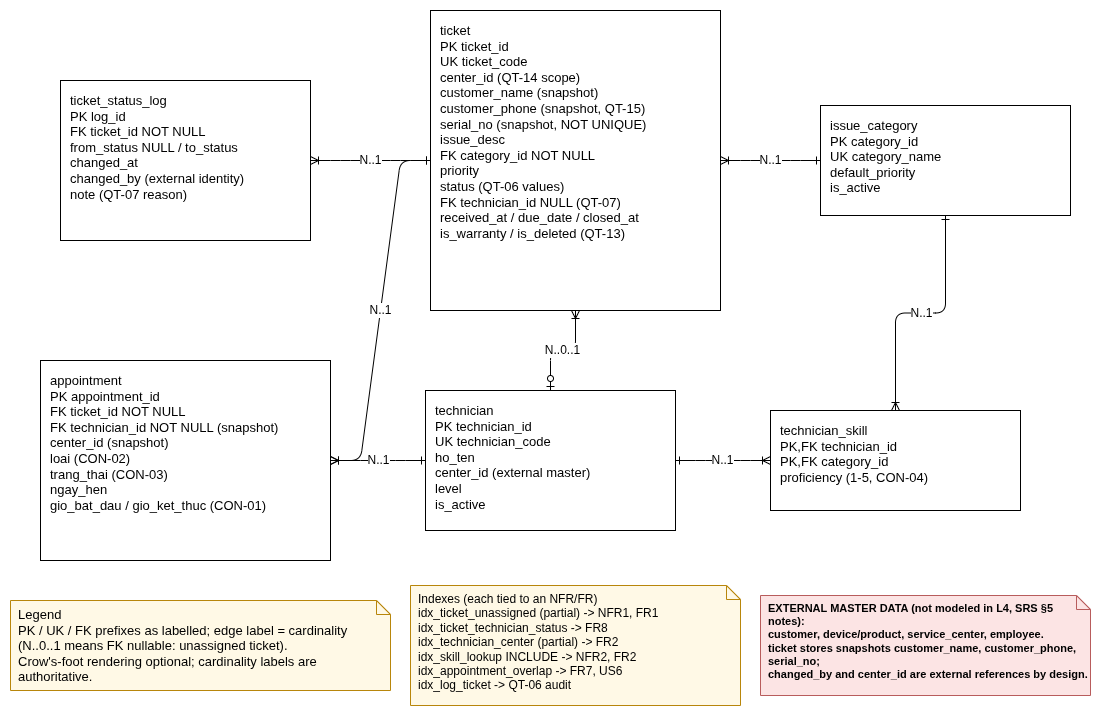
Earlier version of the draw.io export docs/exports/Entity_Relationship_Diagram_EN.png (RASPHONE/cdtn1-rasphonesamphanthamith-l4). Source tidied: cells renumbered, new cells last; positions are measured from the earlier drawing's top-left corner, leaving out a move shared by most shapes. Source of this version:
```xml
<mxGraphModel>
  <root>
    <mxCell id="0" />
    <mxCell id="1" parent="0" />
    <mxCell id="2" value="issue_category&#10;PK category_id&#10;UK category_name&#10;default_priority&#10;is_active" style="rounded=0;whiteSpace=wrap;html=1;align=left;spacingLeft=8;fontSize=13;verticalAlign=top;spacingTop=6;" parent="1" vertex="1">
      <mxGeometry x="810" y="95" width="250" height="110" as="geometry" />
    </mxCell>
    <mxCell id="3" value="technician&#10;PK technician_id&#10;UK technician_code&#10;ho_ten&#10;center_id (external master)&#10;level&#10;is_active" style="rounded=0;whiteSpace=wrap;html=1;align=left;spacingLeft=8;fontSize=11;verticalAlign=top;spacingTop=6;" parent="1" vertex="1">
      <mxGeometry x="415" y="380" width="250" height="140" as="geometry" />
    </mxCell>
    <mxCell id="4" value="technician_skill&#10;PK,FK technician_id&#10;PK,FK category_id&#10;proficiency (1-5, CON-04)" style="rounded=0;whiteSpace=wrap;html=1;align=left;spacingLeft=8;fontSize=13;verticalAlign=top;spacingTop=6;" parent="1" vertex="1">
      <mxGeometry x="760" y="400" width="250" height="100" as="geometry" />
    </mxCell>
    <mxCell id="5" value="ticket&#10;PK ticket_id&#10;UK ticket_code&#10;center_id (QT-14 scope)&#10;customer_name (snapshot)&#10;customer_phone (snapshot, QT-15)&#10;serial_no (snapshot, NOT UNIQUE)&#10;issue_desc&#10;FK category_id NOT NULL&#10;priority&#10;status (QT-06 values)&#10;FK technician_id NULL (QT-07)&#10;received_at / due_date / closed_at&#10;is_warranty / is_deleted (QT-13)" style="rounded=0;whiteSpace=wrap;html=1;align=left;spacingLeft=8;fontSize=11;verticalAlign=top;spacingTop=6;" parent="1" vertex="1">
      <mxGeometry x="420" width="290" height="300" as="geometry" />
    </mxCell>
    <mxCell id="6" value="appointment&#10;PK appointment_id&#10;FK ticket_id NOT NULL&#10;FK technician_id NOT NULL (snapshot)&#10;center_id (snapshot)&#10;loai (CON-02)&#10;trang_thai (CON-03)&#10;ngay_hen&#10;gio_bat_dau / gio_ket_thuc (CON-01)" style="rounded=0;whiteSpace=wrap;html=1;align=left;spacingLeft=8;fontSize=11;verticalAlign=top;spacingTop=6;" parent="1" vertex="1">
      <mxGeometry x="30" y="350" width="290" height="200" as="geometry" />
    </mxCell>
    <mxCell id="7" value="ticket_status_log&#10;PK log_id&#10;FK ticket_id NOT NULL&#10;from_status NULL / to_status&#10;changed_at&#10;changed_by (external identity)&#10;note (QT-07 reason)" style="rounded=0;whiteSpace=wrap;html=1;align=left;spacingLeft=8;fontSize=11;verticalAlign=top;spacingTop=6;" parent="1" vertex="1">
      <mxGeometry x="50" y="70" width="250" height="160" as="geometry" />
    </mxCell>
    <mxCell id="8" value="N..1" style="endArrow=ERone;html=1;fontSize=12;edgeStyle=entityRelationEdgeStyle;startArrow=ERoneToMany;startFill=1;endFill=0;" parent="1" edge="1" source="4" target="3">
      <mxGeometry relative="1" as="geometry" />
    </mxCell>
    <mxCell id="9" value="N..1" style="endArrow=ERone;html=1;fontSize=12;startArrow=ERoneToMany;startFill=1;endFill=0;edgeStyle=orthogonalEdgeStyle;" parent="1" edge="1" source="4" target="2">
      <mxGeometry relative="1" as="geometry" />
    </mxCell>
    <mxCell id="10" value="N..1" style="endArrow=ERone;html=1;fontSize=12;edgeStyle=entityRelationEdgeStyle;startArrow=ERoneToMany;startFill=1;endFill=0;" parent="1" edge="1" source="5" target="2">
      <mxGeometry relative="1" as="geometry" />
    </mxCell>
    <mxCell id="11" value="N..0..1" style="endArrow=ERzeroToOne;html=1;fontSize=12;startArrow=ERoneToMany;startFill=0;endFill=0;edgeStyle=orthogonalEdgeStyle;" parent="1" edge="1" source="5" target="3">
      <mxGeometry x="0.01" relative="1" as="geometry" />
    </mxCell>
    <mxCell id="12" value="N..1" style="endArrow=ERone;html=1;fontSize=12;edgeStyle=entityRelationEdgeStyle;startArrow=ERoneToMany;startFill=1;endFill=0;" parent="1" edge="1" source="6" target="5">
      <mxGeometry relative="1" as="geometry" />
    </mxCell>
    <mxCell id="13" value="N..1" style="endArrow=ERone;html=1;fontSize=12;edgeStyle=entityRelationEdgeStyle;startArrow=ERoneToMany;startFill=1;endFill=0;" parent="1" edge="1" source="6" target="3">
      <mxGeometry relative="1" as="geometry" />
    </mxCell>
    <mxCell id="14" value="N..1" style="endArrow=ERone;html=1;fontSize=12;edgeStyle=entityRelationEdgeStyle;startArrow=ERoneToMany;startFill=0;endFill=0;" parent="1" edge="1" source="7" target="5">
      <mxGeometry relative="1" as="geometry" />
    </mxCell>
    <mxCell id="15" value="Legend&lt;br&gt;PK / UK / FK prefixes as labelled; edge label = cardinality&lt;br&gt;(N..0..1 means FK nullable: unassigned ticket).&lt;br&gt;Crow's-foot rendering optional; cardinality labels are authoritative." style="shape=note;whiteSpace=wrap;html=1;size=14;align=left;verticalAlign=top;spacingLeft=6;fontSize=13;fillColor=#FFF9E6;strokeColor=#B8860B;" parent="1" vertex="1">
      <mxGeometry y="590" width="380" height="90" as="geometry" />
    </mxCell>
    <mxCell id="16" value="Indexes (each tied to an NFR/FR)&#10;idx_ticket_unassigned (partial) -&amp;gt; NFR1, FR1&#10;idx_ticket_technician_status -&amp;gt; FR8&#10;idx_technician_center (partial) -&amp;gt; FR2&#10;idx_skill_lookup INCLUDE -&amp;gt; NFR2, FR2&#10;idx_appointment_overlap -&amp;gt; FR7, US6&#10;idx_log_ticket -&amp;gt; QT-06 audit" style="shape=note;whiteSpace=wrap;html=1;size=14;align=left;verticalAlign=top;spacingLeft=6;fontSize=12;fillColor=#FFF9E6;strokeColor=#B8860B;" parent="1" vertex="1">
      <mxGeometry x="400" y="575" width="330" height="120" as="geometry" />
    </mxCell>
    <mxCell id="17" value="EXTERNAL MASTER DATA (not modeled in L4, SRS §5 notes):&#10;customer, device/product, service_center, employee.&#10;ticket stores snapshots customer_name, customer_phone, serial_no;&#10;changed_by and center_id are external references by design." style="shape=note;whiteSpace=wrap;html=1;size=14;align=left;verticalAlign=top;spacingLeft=6;fontSize=11;fontStyle=1;fillColor=#FCE4E4;strokeColor=#B85C5C;" parent="1" vertex="1">
      <mxGeometry x="750" y="585" width="330" height="100" as="geometry" />
    </mxCell>
    <mxCell id="18" value="ticket_status_log&#10;PK log_id&#10;FK ticket_id NOT NULL&#10;from_status NULL / to_status&#10;changed_at&#10;changed_by (external identity)&#10;note (QT-07 reason)" style="rounded=0;whiteSpace=wrap;html=1;align=left;spacingLeft=8;fontSize=13;verticalAlign=top;spacingTop=6;" parent="1" vertex="1">
      <mxGeometry x="50" y="70" width="250" height="160" as="geometry" />
    </mxCell>
    <mxCell id="19" value="appointment&#10;PK appointment_id&#10;FK ticket_id NOT NULL&#10;FK technician_id NOT NULL (snapshot)&#10;center_id (snapshot)&#10;loai (CON-02)&#10;trang_thai (CON-03)&#10;ngay_hen&#10;gio_bat_dau / gio_ket_thuc (CON-01)" style="rounded=0;whiteSpace=wrap;html=1;align=left;spacingLeft=8;fontSize=13;verticalAlign=top;spacingTop=6;" parent="1" vertex="1">
      <mxGeometry x="30" y="350" width="290" height="200" as="geometry" />
    </mxCell>
    <mxCell id="20" value="ticket&#10;PK ticket_id&#10;UK ticket_code&#10;center_id (QT-14 scope)&#10;customer_name (snapshot)&#10;customer_phone (snapshot, QT-15)&#10;serial_no (snapshot, NOT UNIQUE)&#10;issue_desc&#10;FK category_id NOT NULL&#10;priority&#10;status (QT-06 values)&#10;FK technician_id NULL (QT-07)&#10;received_at / due_date / closed_at&#10;is_warranty / is_deleted (QT-13)" style="rounded=0;whiteSpace=wrap;html=1;align=left;spacingLeft=8;fontSize=13;verticalAlign=top;spacingTop=6;" parent="1" vertex="1">
      <mxGeometry x="420" width="290" height="300" as="geometry" />
    </mxCell>
    <mxCell id="21" value="technician&#10;PK technician_id&#10;UK technician_code&#10;ho_ten&#10;center_id (external master)&#10;level&#10;is_active" style="rounded=0;whiteSpace=wrap;html=1;align=left;spacingLeft=8;fontSize=13;verticalAlign=top;spacingTop=6;" parent="1" vertex="1">
      <mxGeometry x="415" y="380" width="250" height="140" as="geometry" />
    </mxCell>
  </root>
</mxGraphModel>
```
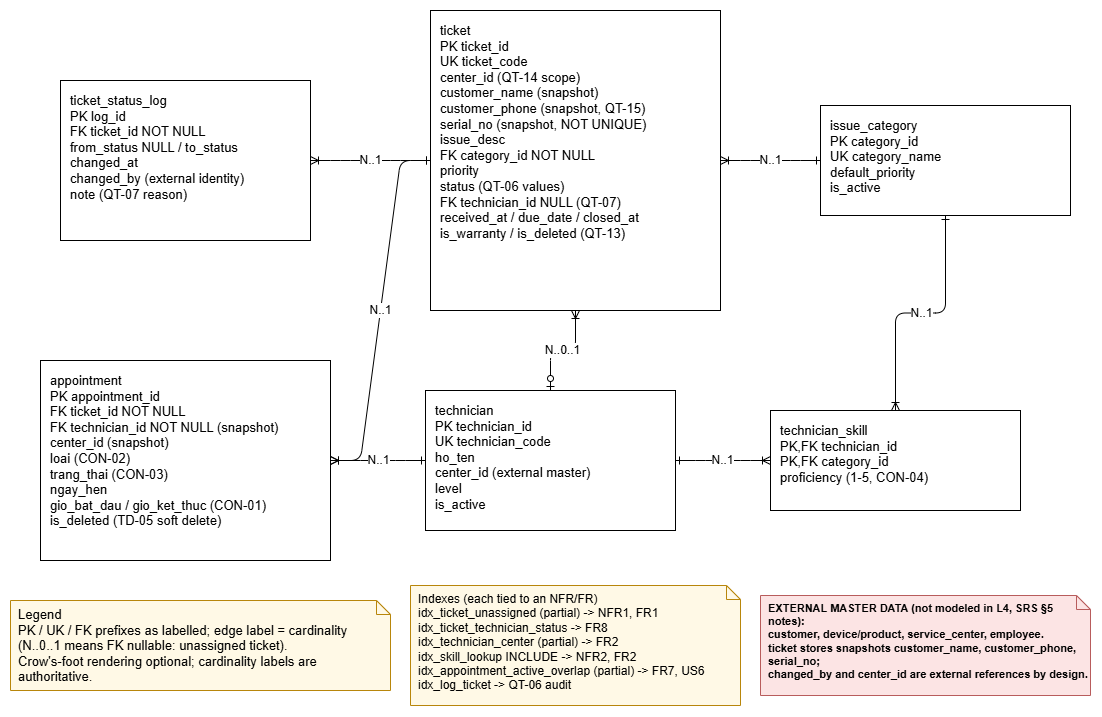
The same diagram one commit later.

Commit message:
docs(diagrams): re-export BT1 diagram PNGs from the current .drawio sources

The edit, as a diff of the source:
```diff
@@ -14,7 +14,7 @@
     <mxCell id="5" value="ticket&#10;PK ticket_id&#10;UK ticket_code&#10;center_id (QT-14 scope)&#10;customer_name (snapshot)&#10;customer_phone (snapshot, QT-15)&#10;serial_no (snapshot, NOT UNIQUE)&#10;issue_desc&#10;FK category_id NOT NULL&#10;priority&#10;status (QT-06 values)&#10;FK technician_id NULL (QT-07)&#10;received_at / due_date / closed_at&#10;is_warranty / is_deleted (QT-13)" style="rounded=0;whiteSpace=wrap;html=1;align=left;spacingLeft=8;fontSize=11;verticalAlign=top;spacingTop=6;" parent="1" vertex="1">
       <mxGeometry x="420" width="290" height="300" as="geometry" />
     </mxCell>
-    <mxCell id="6" value="appointment&#10;PK appointment_id&#10;FK ticket_id NOT NULL&#10;FK technician_id NOT NULL (snapshot)&#10;center_id (snapshot)&#10;loai (CON-02)&#10;trang_thai (CON-03)&#10;ngay_hen&#10;gio_bat_dau / gio_ket_thuc (CON-01)" style="rounded=0;whiteSpace=wrap;html=1;align=left;spacingLeft=8;fontSize=11;verticalAlign=top;spacingTop=6;" parent="1" vertex="1">
+    <mxCell id="6" value="appointment&#10;PK appointment_id&#10;FK ticket_id NOT NULL&#10;FK technician_id NOT NULL (snapshot)&#10;center_id (snapshot)&#10;loai (CON-02)&#10;trang_thai (CON-03)&#10;ngay_hen&#10;gio_bat_dau / gio_ket_thuc (CON-01)&#10;is_deleted (TD-05 soft delete)" style="rounded=0;whiteSpace=wrap;html=1;align=left;spacingLeft=8;fontSize=11;verticalAlign=top;spacingTop=6;" parent="1" vertex="1">
       <mxGeometry x="30" y="350" width="290" height="200" as="geometry" />
     </mxCell>
     <mxCell id="7" value="ticket_status_log&#10;PK log_id&#10;FK ticket_id NOT NULL&#10;from_status NULL / to_status&#10;changed_at&#10;changed_by (external identity)&#10;note (QT-07 reason)" style="rounded=0;whiteSpace=wrap;html=1;align=left;spacingLeft=8;fontSize=11;verticalAlign=top;spacingTop=6;" parent="1" vertex="1">
@@ -44,7 +44,7 @@
     <mxCell id="15" value="Legend&lt;br&gt;PK / UK / FK prefixes as labelled; edge label = cardinality&lt;br&gt;(N..0..1 means FK nullable: unassigned ticket).&lt;br&gt;Crow's-foot rendering optional; cardinality labels are authoritative." style="shape=note;whiteSpace=wrap;html=1;size=14;align=left;verticalAlign=top;spacingLeft=6;fontSize=13;fillColor=#FFF9E6;strokeColor=#B8860B;" parent="1" vertex="1">
       <mxGeometry y="590" width="380" height="90" as="geometry" />
     </mxCell>
-    <mxCell id="16" value="Indexes (each tied to an NFR/FR)&#10;idx_ticket_unassigned (partial) -&amp;gt; NFR1, FR1&#10;idx_ticket_technician_status -&amp;gt; FR8&#10;idx_technician_center (partial) -&amp;gt; FR2&#10;idx_skill_lookup INCLUDE -&amp;gt; NFR2, FR2&#10;idx_appointment_overlap -&amp;gt; FR7, US6&#10;idx_log_ticket -&amp;gt; QT-06 audit" style="shape=note;whiteSpace=wrap;html=1;size=14;align=left;verticalAlign=top;spacingLeft=6;fontSize=12;fillColor=#FFF9E6;strokeColor=#B8860B;" parent="1" vertex="1">
+    <mxCell id="16" value="Indexes (each tied to an NFR/FR)&#10;idx_ticket_unassigned (partial) -&amp;gt; NFR1, FR1&#10;idx_ticket_technician_status -&amp;gt; FR8&#10;idx_technician_center (partial) -&amp;gt; FR2&#10;idx_skill_lookup INCLUDE -&amp;gt; NFR2, FR2&#10;idx_appointment_active_overlap (partial) -&amp;gt; FR7, US6&#10;idx_log_ticket -&amp;gt; QT-06 audit" style="shape=note;whiteSpace=wrap;html=1;size=14;align=left;verticalAlign=top;spacingLeft=6;fontSize=12;fillColor=#FFF9E6;strokeColor=#B8860B;" parent="1" vertex="1">
       <mxGeometry x="400" y="575" width="330" height="120" as="geometry" />
     </mxCell>
     <mxCell id="17" value="EXTERNAL MASTER DATA (not modeled in L4, SRS §5 notes):&#10;customer, device/product, service_center, employee.&#10;ticket stores snapshots customer_name, customer_phone, serial_no;&#10;changed_by and center_id are external references by design." style="shape=note;whiteSpace=wrap;html=1;size=14;align=left;verticalAlign=top;spacingLeft=6;fontSize=11;fontStyle=1;fillColor=#FCE4E4;strokeColor=#B85C5C;" parent="1" vertex="1">
@@ -53,7 +53,7 @@
     <mxCell id="18" value="ticket_status_log&#10;PK log_id&#10;FK ticket_id NOT NULL&#10;from_status NULL / to_status&#10;changed_at&#10;changed_by (external identity)&#10;note (QT-07 reason)" style="rounded=0;whiteSpace=wrap;html=1;align=left;spacingLeft=8;fontSize=13;verticalAlign=top;spacingTop=6;" parent="1" vertex="1">
       <mxGeometry x="50" y="70" width="250" height="160" as="geometry" />
     </mxCell>
-    <mxCell id="19" value="appointment&#10;PK appointment_id&#10;FK ticket_id NOT NULL&#10;FK technician_id NOT NULL (snapshot)&#10;center_id (snapshot)&#10;loai (CON-02)&#10;trang_thai (CON-03)&#10;ngay_hen&#10;gio_bat_dau / gio_ket_thuc (CON-01)" style="rounded=0;whiteSpace=wrap;html=1;align=left;spacingLeft=8;fontSize=13;verticalAlign=top;spacingTop=6;" parent="1" vertex="1">
+    <mxCell id="19" value="appointment&#10;PK appointment_id&#10;FK ticket_id NOT NULL&#10;FK technician_id NOT NULL (snapshot)&#10;center_id (snapshot)&#10;loai (CON-02)&#10;trang_thai (CON-03)&#10;ngay_hen&#10;gio_bat_dau / gio_ket_thuc (CON-01)&#10;is_deleted (TD-05 soft delete)" style="rounded=0;whiteSpace=wrap;html=1;align=left;spacingLeft=8;fontSize=13;verticalAlign=top;spacingTop=6;" parent="1" vertex="1">
       <mxGeometry x="30" y="350" width="290" height="200" as="geometry" />
     </mxCell>
     <mxCell id="20" value="ticket&#10;PK ticket_id&#10;UK ticket_code&#10;center_id (QT-14 scope)&#10;customer_name (snapshot)&#10;customer_phone (snapshot, QT-15)&#10;serial_no (snapshot, NOT UNIQUE)&#10;issue_desc&#10;FK category_id NOT NULL&#10;priority&#10;status (QT-06 values)&#10;FK technician_id NULL (QT-07)&#10;received_at / due_date / closed_at&#10;is_warranty / is_deleted (QT-13)" style="rounded=0;whiteSpace=wrap;html=1;align=left;spacingLeft=8;fontSize=13;verticalAlign=top;spacingTop=6;" parent="1" vertex="1">
```
